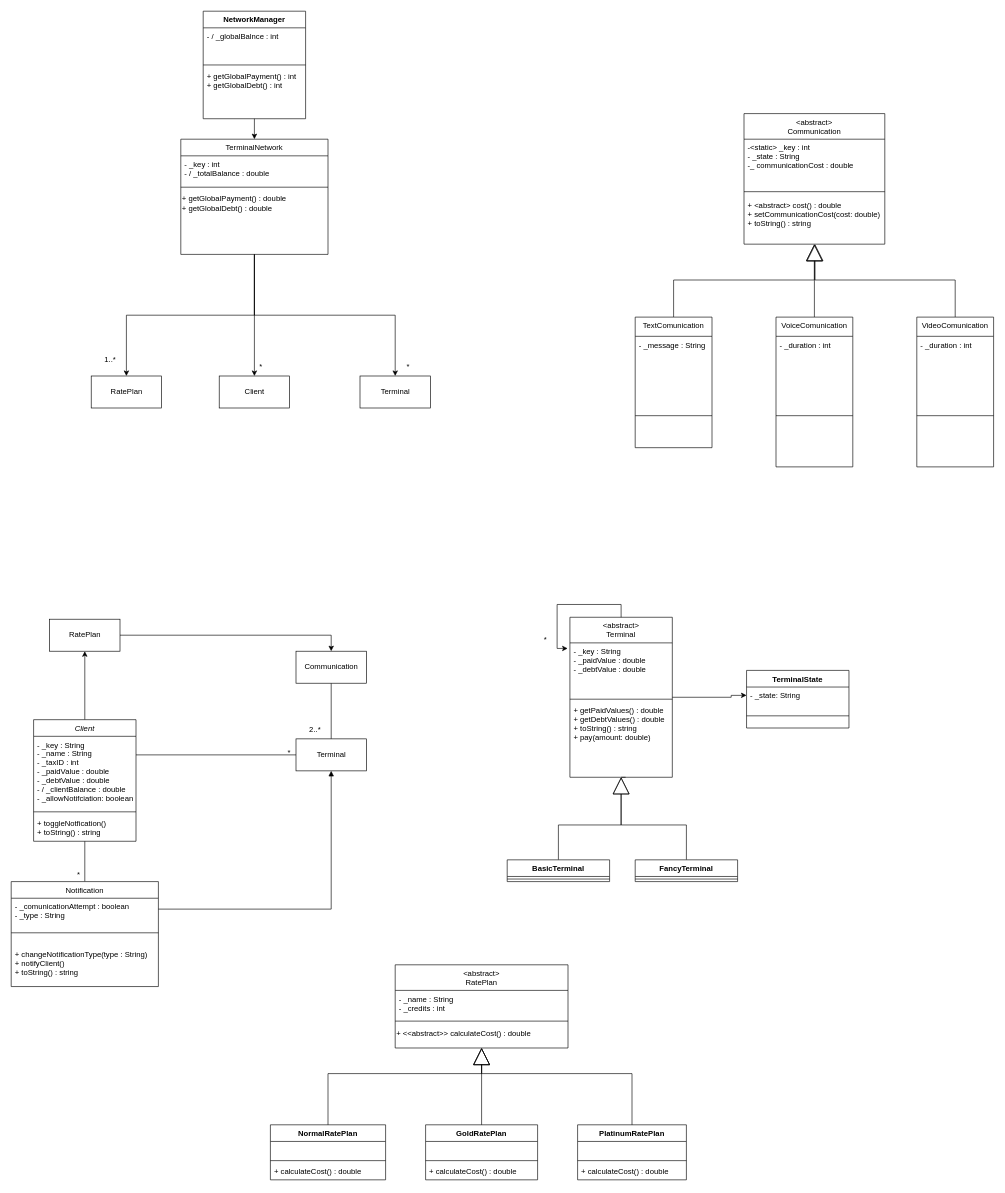
Earlier version of the draw.io diagram Untitled Diagram.drawio (SkillFlame/PO-Project). Source tidied: cells renumbered, new cells numbered last; positions are measured from the earlier drawing's top-left corner, leaving out a move shared by most shapes. Both pictures are drawn from the tidied source at 64%, with x=0, y=0 at pixel (11, 11).
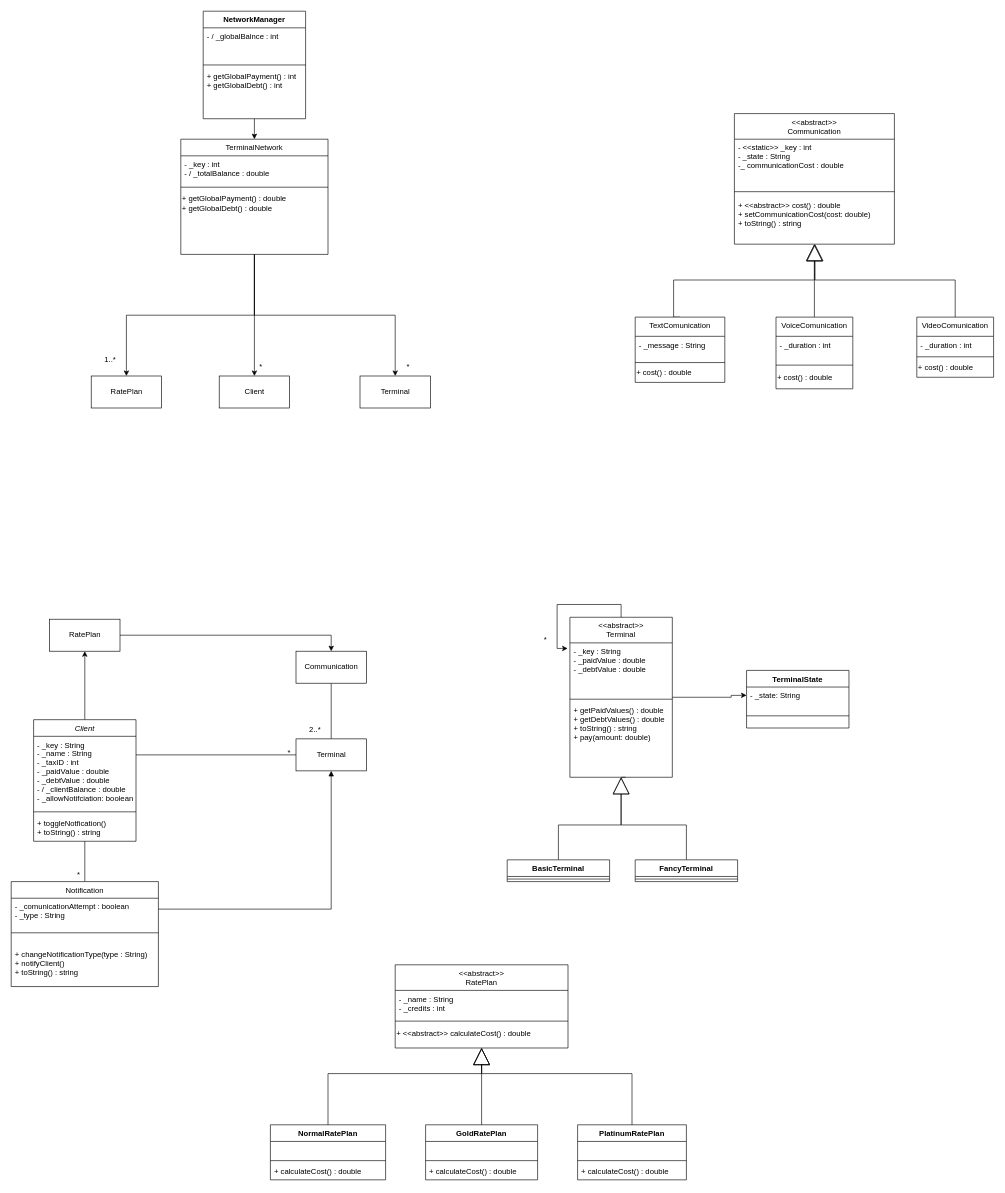
The same page after the edit.

Change to the diagram source:
```diff
@@
-    <mxCell id="11" value="&lt;abstract&gt;&#10;Terminal" style="swimlane;fontStyle=0;align=center;verticalAlign=top;horizontal=1;startSize=40;rounded=0;shadow=0;strokeWidth=1;" parent="1" vertex="1">
+    <mxCell id="11" value="&lt;&lt;abstract&gt;&gt;&#10;Terminal" style="swimlane;fontStyle=0;align=center;verticalAlign=top;horizontal=1;startSize=40;rounded=0;shadow=0;strokeWidth=1;" parent="1" vertex="1">
       <mxGeometry x="873" y="947" width="160" height="250" as="geometry" />
     </mxCell>
@@
-    <mxCell id="55" value="&lt;abstract&gt;&#10;Communication" style="swimlane;fontStyle=0;align=center;verticalAlign=top;horizontal=1;startSize=40;rounded=0;shadow=0;strokeWidth=1;" parent="1" vertex="1">
-      <mxGeometry x="1145" y="160" width="220" height="204" as="geometry" />
+    <mxCell id="55" value="&lt;&lt;abstract&gt;&gt;&#10;Communication" style="swimlane;fontStyle=0;align=center;verticalAlign=top;horizontal=1;startSize=40;rounded=0;shadow=0;strokeWidth=1;" parent="1" vertex="1">
+      <mxGeometry x="1130" y="160" width="250" height="204" as="geometry" />
     </mxCell>
-    <mxCell id="56" value="-&lt;static&gt; _key : int&#10;- _state : String&#10;-_ communicationCost : double" style="text;align=left;verticalAlign=top;spacingLeft=4;spacingRight=4;overflow=hidden;" parent="55" vertex="1">
-      <mxGeometry y="40" width="220" height="74" as="geometry" />
+    <mxCell id="56" value="- &lt;&lt;static&gt;&gt; _key : int&#10;- _state : String&#10;-_ communicationCost : double" style="text;align=left;verticalAlign=top;spacingLeft=4;spacingRight=4;overflow=hidden;" parent="55" vertex="1">
+      <mxGeometry y="40" width="250" height="74" as="geometry" />
     </mxCell>
     <mxCell id="57" style="line;html=1;strokeWidth=1;align=left;verticalAlign=middle;spacingTop=-1;spacingLeft=3;spacingRight=3;labelPosition=right;" parent="55" vertex="1">
-      <mxGeometry y="114" width="220" height="16" as="geometry" />
+      <mxGeometry y="114" width="250" height="16" as="geometry" />
     </mxCell>
-    <mxCell id="58" value="+ &lt;abstract&gt; cost() : double&#10;+ setCommunicationCost(cost: double)&#10;+ toString() : string" style="text;align=left;verticalAlign=top;spacingLeft=4;spacingRight=4;overflow=hidden;points=[[0,0.5],[1,0.5]];portConstraint=eastwest;" parent="55" vertex="1">
-      <mxGeometry y="130" width="220" height="74" as="geometry" />
+    <mxCell id="58" value="+ &lt;&lt;abstract&gt;&gt; cost() : double&#10;+ setCommunicationCost(cost: double)&#10;+ toString() : string" style="text;align=left;verticalAlign=top;spacingLeft=4;spacingRight=4;overflow=hidden;points=[[0,0.5],[1,0.5]];portConstraint=eastwest;" parent="55" vertex="1">
+      <mxGeometry y="130" width="250" height="74" as="geometry" />
     </mxCell>
     <mxCell id="59" value="TextComunication" style="swimlane;fontStyle=0;align=center;verticalAlign=top;horizontal=1;startSize=30;rounded=0;shadow=0;strokeWidth=1;" parent="1" vertex="1">
-      <mxGeometry x="975" y="478" width="120" height="204" as="geometry" />
+      <mxGeometry x="975" y="478" width="140" height="102" as="geometry" />
     </mxCell>
     <mxCell id="60" value="- _message : String" style="text;align=left;verticalAlign=top;spacingLeft=4;spacingRight=4;overflow=hidden;" parent="59" vertex="1">
-      <mxGeometry y="30" width="120" height="74" as="geometry" />
+      <mxGeometry y="30" width="140" height="40" as="geometry" />
     </mxCell>
     <mxCell id="61" style="line;html=1;strokeWidth=1;align=left;verticalAlign=middle;spacingTop=-1;spacingLeft=3;spacingRight=3;labelPosition=right;" parent="59" vertex="1">
-      <mxGeometry y="104" width="120" height="100" as="geometry" />
+      <mxGeometry y="70" width="140" height="2" as="geometry" />
     </mxCell>
+    <mxCell id="94" value="&lt;span style=&quot;&quot;&gt;+ cost() : double&lt;/span&gt;" style="text;html=1;align=left;verticalAlign=middle;strokeColor=none;fillColor=none;" parent="59" vertex="1">
+      <mxGeometry y="72" width="140" height="30" as="geometry" />
+    </mxCell>
     <mxCell id="62" value="VoiceComunication" style="swimlane;fontStyle=0;align=center;verticalAlign=top;horizontal=1;startSize=30;rounded=0;shadow=0;strokeWidth=1;" parent="1" vertex="1">
-      <mxGeometry x="1195" y="478" width="120" height="234" as="geometry" />
+      <mxGeometry x="1195" y="478" width="120" height="112" as="geometry" />
     </mxCell>
     <mxCell id="63" value="- _duration : int" style="text;align=left;verticalAlign=top;spacingLeft=4;spacingRight=4;overflow=hidden;" parent="62" vertex="1">
-      <mxGeometry y="30" width="120" height="74" as="geometry" />
+      <mxGeometry y="30" width="120" height="40" as="geometry" />
     </mxCell>
     <mxCell id="64" style="line;html=1;strokeWidth=1;align=left;verticalAlign=middle;spacingTop=-1;spacingLeft=3;spacingRight=3;labelPosition=right;" parent="62" vertex="1">
-      <mxGeometry y="104" width="120" height="100" as="geometry" />
+      <mxGeometry y="70" width="120" height="10" as="geometry" />
     </mxCell>
+    <mxCell id="95" value="&lt;span style=&quot;&quot;&gt;+ cost() : double&lt;/span&gt;" style="text;html=1;align=left;verticalAlign=middle;strokeColor=none;fillColor=none;" parent="62" vertex="1">
+      <mxGeometry y="80" width="120" height="30" as="geometry" />
+    </mxCell>
     <mxCell id="65" value="VideoComunication" style="swimlane;fontStyle=0;align=center;verticalAlign=top;horizontal=1;startSize=30;rounded=0;shadow=0;strokeWidth=1;" parent="1" vertex="1">
-      <mxGeometry x="1415" y="478" width="120" height="234" as="geometry" />
+      <mxGeometry x="1415" y="478" width="120" height="94" as="geometry" />
     </mxCell>
     <mxCell id="66" value="- _duration : int" style="text;align=left;verticalAlign=top;spacingLeft=4;spacingRight=4;overflow=hidden;" parent="65" vertex="1">
-      <mxGeometry y="30" width="120" height="74" as="geometry" />
+      <mxGeometry y="30" width="120" height="30" as="geometry" />
     </mxCell>
     <mxCell id="67" style="line;html=1;strokeWidth=1;align=left;verticalAlign=middle;spacingTop=-1;spacingLeft=3;spacingRight=3;labelPosition=right;" parent="65" vertex="1">
-      <mxGeometry y="104" width="120" height="100" as="geometry" />
+      <mxGeometry y="60" width="120" height="4" as="geometry" />
     </mxCell>
+    <mxCell id="96" value="&lt;span style=&quot;&quot;&gt;+ cost() : double&lt;/span&gt;" style="text;html=1;align=left;verticalAlign=middle;strokeColor=none;fillColor=none;" parent="65" vertex="1">
+      <mxGeometry y="64" width="120" height="30" as="geometry" />
+    </mxCell>
@@
-    <mxCell id="86" value="&lt;abstract&gt;&#10;RatePlan" style="swimlane;fontStyle=0;align=center;verticalAlign=top;horizontal=1;startSize=40;rounded=0;shadow=0;strokeWidth=1;" parent="1" vertex="1">
+    <mxCell id="86" value="&lt;&lt;abstract&gt;&gt;&#10;RatePlan" style="swimlane;fontStyle=0;align=center;verticalAlign=top;horizontal=1;startSize=40;rounded=0;shadow=0;strokeWidth=1;" parent="1" vertex="1">
       <mxGeometry x="600" y="1490" width="270" height="130" as="geometry" />
     </mxCell>
```
